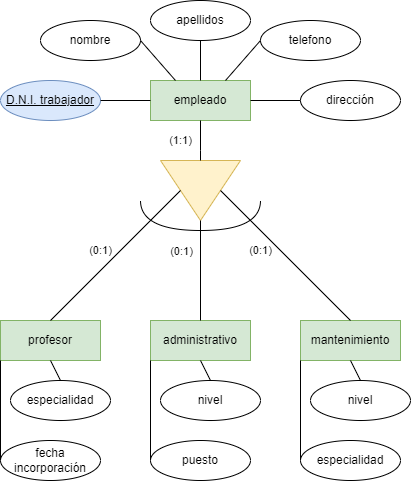
The draw.io diagram Tareas/Tema 2/Tarea 7/img/Ejercicio7-Paso 4.drawio.png in JCarlosAR032/base-de-datos, before a commit. Source tidied: cells renumbered, new cells last; positions are measured from the earlier drawing's top-left corner, leaving out a move shared by most shapes. The source it was exported from:
```xml
<mxGraphModel>
  <root>
    <mxCell id="0" />
    <mxCell id="1" parent="0" />
    <mxCell id="2" value="empleado" style="whiteSpace=wrap;html=1;align=center;fillColor=#d5e8d4;strokeColor=#82b366;" parent="1" vertex="1">
      <mxGeometry x="150" y="80" width="100" height="40" as="geometry" />
    </mxCell>
    <mxCell id="3" value="administrativo" style="whiteSpace=wrap;html=1;align=center;fillColor=#d5e8d4;strokeColor=#82b366;" parent="1" vertex="1">
      <mxGeometry x="150" y="320" width="100" height="40" as="geometry" />
    </mxCell>
    <mxCell id="4" value="profesor" style="whiteSpace=wrap;html=1;align=center;fillColor=#d5e8d4;strokeColor=#82b366;" parent="1" vertex="1">
      <mxGeometry y="320" width="100" height="40" as="geometry" />
    </mxCell>
    <mxCell id="5" value="mantenimiento" style="whiteSpace=wrap;html=1;align=center;fillColor=#d5e8d4;strokeColor=#82b366;" parent="1" vertex="1">
      <mxGeometry x="300" y="320" width="100" height="40" as="geometry" />
    </mxCell>
    <mxCell id="6" style="triangle;whiteSpace=wrap;html=1;rotation=90;fillColor=#fff2cc;strokeColor=#d6b656;" parent="1" vertex="1">
      <mxGeometry x="170" y="150" width="60" height="80" as="geometry" />
    </mxCell>
    <mxCell id="7" style="endArrow=none;html=1;rounded=0;entryX=0.5;entryY=1;entryDx=0;entryDy=0;exitX=0.5;exitY=0;exitDx=0;exitDy=0;" parent="1" edge="1" source="4" target="6">
      <mxGeometry relative="1" as="geometry" />
    </mxCell>
    <mxCell id="8" value="(0:1)" style="edgeLabel;html=1;align=center;verticalAlign=middle;" parent="7" vertex="1">
      <mxGeometry x="-0.16" y="1" relative="1" as="geometry">
        <mxPoint x="-4" y="-15" as="offset" />
      </mxGeometry>
    </mxCell>
    <mxCell id="9" style="endArrow=none;html=1;rounded=0;exitX=0.5;exitY=0;exitDx=0;exitDy=0;entryX=0.5;entryY=0;entryDx=0;entryDy=0;" parent="1" edge="1" source="6" target="5">
      <mxGeometry relative="1" as="geometry" />
    </mxCell>
    <mxCell id="10" value="(0:1)" style="edgeLabel;html=1;align=center;verticalAlign=middle;" parent="9" vertex="1">
      <mxGeometry x="-0.35" relative="1" as="geometry">
        <mxPoint x="-2" y="18" as="offset" />
      </mxGeometry>
    </mxCell>
    <mxCell id="11" style="endArrow=none;html=1;rounded=0;exitX=0.5;exitY=0;exitDx=0;exitDy=0;entryX=1;entryY=0.5;entryDx=0;entryDy=0;" parent="1" edge="1" source="3" target="6">
      <mxGeometry relative="1" as="geometry" />
    </mxCell>
    <mxCell id="12" value="(0:1)" style="edgeLabel;html=1;align=center;verticalAlign=middle;" parent="11" vertex="1">
      <mxGeometry x="0.38" y="-1" relative="1" as="geometry">
        <mxPoint x="-21" y="-1" as="offset" />
      </mxGeometry>
    </mxCell>
    <mxCell id="13" value="(1:1)" style="endArrow=none;html=1;rounded=0;exitX=0.5;exitY=1;exitDx=0;exitDy=0;entryX=0;entryY=0.5;entryDx=0;entryDy=0;" parent="1" edge="1" source="2" target="6">
      <mxGeometry y="-20" relative="1" as="geometry">
        <Array as="points">
          <mxPoint x="200" y="150" />
        </Array>
      </mxGeometry>
    </mxCell>
    <mxCell id="14" style="endArrow=none;html=1;rounded=0;edgeStyle=orthogonalEdgeStyle;curved=1;" parent="1" edge="1">
      <mxGeometry relative="1" as="geometry">
        <mxPoint x="140" y="200" as="sourcePoint" />
        <mxPoint x="260" y="200" as="targetPoint" />
        <Array as="points">
          <mxPoint x="140" y="230" />
          <mxPoint x="260" y="230" />
        </Array>
      </mxGeometry>
    </mxCell>
    <mxCell id="15" value="D.N.I. trabajador" style="ellipse;whiteSpace=wrap;html=1;align=center;fontStyle=4;fillColor=#dae8fc;strokeColor=#6c8ebf;" parent="1" vertex="1">
      <mxGeometry y="80" width="100" height="40" as="geometry" />
    </mxCell>
    <mxCell id="16" value="nombre" style="ellipse;whiteSpace=wrap;html=1;align=center;" parent="1" vertex="1">
      <mxGeometry x="40" y="20" width="100" height="40" as="geometry" />
    </mxCell>
    <mxCell id="17" value="apellidos" style="ellipse;whiteSpace=wrap;html=1;align=center;" parent="1" vertex="1">
      <mxGeometry x="150" width="100" height="40" as="geometry" />
    </mxCell>
    <mxCell id="18" value="telefono" style="ellipse;whiteSpace=wrap;html=1;align=center;" parent="1" vertex="1">
      <mxGeometry x="260" y="20" width="100" height="40" as="geometry" />
    </mxCell>
    <mxCell id="19" value="nivel" style="ellipse;whiteSpace=wrap;html=1;align=center;" parent="1" vertex="1">
      <mxGeometry x="310" y="380" width="100" height="40" as="geometry" />
    </mxCell>
    <mxCell id="20" value="especialidad" style="ellipse;whiteSpace=wrap;html=1;align=center;" parent="1" vertex="1">
      <mxGeometry x="300" y="440" width="100" height="40" as="geometry" />
    </mxCell>
    <mxCell id="21" value="dirección" style="ellipse;whiteSpace=wrap;html=1;align=center;" parent="1" vertex="1">
      <mxGeometry x="300" y="80" width="100" height="40" as="geometry" />
    </mxCell>
    <mxCell id="22" value="nivel" style="ellipse;whiteSpace=wrap;html=1;align=center;" parent="1" vertex="1">
      <mxGeometry x="160" y="380" width="100" height="40" as="geometry" />
    </mxCell>
    <mxCell id="23" value="puesto" style="ellipse;whiteSpace=wrap;html=1;align=center;" parent="1" vertex="1">
      <mxGeometry x="150" y="440" width="100" height="40" as="geometry" />
    </mxCell>
    <mxCell id="24" value="especialidad" style="ellipse;whiteSpace=wrap;html=1;align=center;" parent="1" vertex="1">
      <mxGeometry x="10" y="380" width="100" height="40" as="geometry" />
    </mxCell>
    <mxCell id="25" value="fecha incorporación" style="ellipse;whiteSpace=wrap;html=1;align=center;" parent="1" vertex="1">
      <mxGeometry y="440" width="100" height="40" as="geometry" />
    </mxCell>
    <mxCell id="26" style="endArrow=none;html=1;rounded=0;curved=1;exitX=0;exitY=0.5;exitDx=0;exitDy=0;entryX=0;entryY=1;entryDx=0;entryDy=0;" parent="1" edge="1" source="25" target="4">
      <mxGeometry relative="1" as="geometry" />
    </mxCell>
    <mxCell id="27" style="endArrow=none;html=1;rounded=0;curved=1;entryX=0;entryY=0.5;entryDx=0;entryDy=0;exitX=0;exitY=1;exitDx=0;exitDy=0;" parent="1" edge="1" source="3" target="23">
      <mxGeometry relative="1" as="geometry" />
    </mxCell>
    <mxCell id="28" style="endArrow=none;html=1;rounded=0;curved=1;exitX=0;exitY=1;exitDx=0;exitDy=0;entryX=0;entryY=0.5;entryDx=0;entryDy=0;" parent="1" edge="1" source="5" target="20">
      <mxGeometry relative="1" as="geometry" />
    </mxCell>
    <mxCell id="29" style="endArrow=none;html=1;rounded=0;curved=1;exitX=0.5;exitY=1;exitDx=0;exitDy=0;entryX=0.5;entryY=0;entryDx=0;entryDy=0;" parent="1" edge="1" source="4" target="24">
      <mxGeometry relative="1" as="geometry" />
    </mxCell>
    <mxCell id="30" style="endArrow=none;html=1;rounded=0;curved=1;exitX=0.5;exitY=1;exitDx=0;exitDy=0;entryX=0.5;entryY=0;entryDx=0;entryDy=0;" parent="1" edge="1" source="3" target="22">
      <mxGeometry relative="1" as="geometry" />
    </mxCell>
    <mxCell id="31" style="endArrow=none;html=1;rounded=0;curved=1;exitX=0.5;exitY=1;exitDx=0;exitDy=0;entryX=0.5;entryY=0;entryDx=0;entryDy=0;" parent="1" edge="1" source="5" target="19">
      <mxGeometry relative="1" as="geometry" />
    </mxCell>
    <mxCell id="32" style="endArrow=none;html=1;rounded=0;curved=1;entryX=1;entryY=0.5;entryDx=0;entryDy=0;exitX=0;exitY=0.5;exitDx=0;exitDy=0;" parent="1" edge="1" source="2" target="15">
      <mxGeometry relative="1" as="geometry" />
    </mxCell>
    <mxCell id="33" style="endArrow=none;html=1;rounded=0;curved=1;exitX=1;exitY=0.5;exitDx=0;exitDy=0;entryX=0.25;entryY=0;entryDx=0;entryDy=0;" parent="1" edge="1" source="16" target="2">
      <mxGeometry relative="1" as="geometry" />
    </mxCell>
    <mxCell id="34" style="endArrow=none;html=1;rounded=0;curved=1;entryX=0;entryY=0.5;entryDx=0;entryDy=0;exitX=0.75;exitY=0;exitDx=0;exitDy=0;" parent="1" edge="1" source="2" target="18">
      <mxGeometry relative="1" as="geometry" />
    </mxCell>
    <mxCell id="35" style="endArrow=none;html=1;rounded=0;curved=1;exitX=0.5;exitY=1;exitDx=0;exitDy=0;entryX=0.5;entryY=0;entryDx=0;entryDy=0;" parent="1" edge="1" source="17" target="2">
      <mxGeometry relative="1" as="geometry" />
    </mxCell>
    <mxCell id="36" style="endArrow=none;html=1;rounded=0;curved=1;exitX=1;exitY=0.5;exitDx=0;exitDy=0;entryX=0;entryY=0.5;entryDx=0;entryDy=0;" parent="1" edge="1" source="2" target="21">
      <mxGeometry relative="1" as="geometry" />
    </mxCell>
  </root>
</mxGraphModel>
```
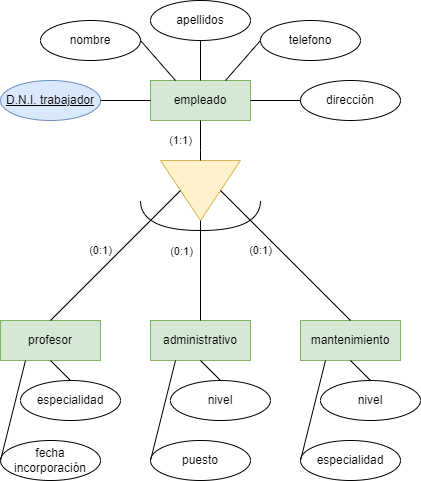
Above is the later version.

What changed in the source:
```diff
@@ -71,7 +71,7 @@
       <mxGeometry x="260" y="20" width="100" height="40" as="geometry" />
     </mxCell>
     <mxCell id="19" value="nivel" style="ellipse;whiteSpace=wrap;html=1;align=center;" parent="1" vertex="1">
-      <mxGeometry x="310" y="380" width="100" height="40" as="geometry" />
+      <mxGeometry x="320" y="380" width="100" height="40" as="geometry" />
     </mxCell>
     <mxCell id="20" value="especialidad" style="ellipse;whiteSpace=wrap;html=1;align=center;" parent="1" vertex="1">
       <mxGeometry x="300" y="440" width="100" height="40" as="geometry" />
@@ -80,24 +80,24 @@
       <mxGeometry x="300" y="80" width="100" height="40" as="geometry" />
     </mxCell>
     <mxCell id="22" value="nivel" style="ellipse;whiteSpace=wrap;html=1;align=center;" parent="1" vertex="1">
-      <mxGeometry x="160" y="380" width="100" height="40" as="geometry" />
+      <mxGeometry x="170" y="380" width="100" height="40" as="geometry" />
     </mxCell>
     <mxCell id="23" value="puesto" style="ellipse;whiteSpace=wrap;html=1;align=center;" parent="1" vertex="1">
       <mxGeometry x="150" y="440" width="100" height="40" as="geometry" />
     </mxCell>
     <mxCell id="24" value="especialidad" style="ellipse;whiteSpace=wrap;html=1;align=center;" parent="1" vertex="1">
-      <mxGeometry x="10" y="380" width="100" height="40" as="geometry" />
+      <mxGeometry x="20" y="380" width="100" height="40" as="geometry" />
     </mxCell>
     <mxCell id="25" value="fecha incorporación" style="ellipse;whiteSpace=wrap;html=1;align=center;" parent="1" vertex="1">
       <mxGeometry y="440" width="100" height="40" as="geometry" />
     </mxCell>
-    <mxCell id="26" style="endArrow=none;html=1;rounded=0;curved=1;exitX=0;exitY=0.5;exitDx=0;exitDy=0;entryX=0;entryY=1;entryDx=0;entryDy=0;" parent="1" edge="1" source="25" target="4">
+    <mxCell id="26" style="endArrow=none;html=1;rounded=0;curved=1;exitX=0;exitY=0.5;exitDx=0;exitDy=0;entryX=0.25;entryY=1;entryDx=0;entryDy=0;" parent="1" edge="1" source="25" target="4">
       <mxGeometry relative="1" as="geometry" />
     </mxCell>
-    <mxCell id="27" style="endArrow=none;html=1;rounded=0;curved=1;entryX=0;entryY=0.5;entryDx=0;entryDy=0;exitX=0;exitY=1;exitDx=0;exitDy=0;" parent="1" edge="1" source="3" target="23">
+    <mxCell id="27" style="endArrow=none;html=1;rounded=0;curved=1;entryX=0;entryY=0.5;entryDx=0;entryDy=0;exitX=0.25;exitY=1;exitDx=0;exitDy=0;" parent="1" edge="1" source="3" target="23">
       <mxGeometry relative="1" as="geometry" />
     </mxCell>
-    <mxCell id="28" style="endArrow=none;html=1;rounded=0;curved=1;exitX=0;exitY=1;exitDx=0;exitDy=0;entryX=0;entryY=0.5;entryDx=0;entryDy=0;" parent="1" edge="1" source="5" target="20">
+    <mxCell id="28" style="endArrow=none;html=1;rounded=0;curved=1;exitX=0.25;exitY=1;exitDx=0;exitDy=0;entryX=0;entryY=0.5;entryDx=0;entryDy=0;" parent="1" edge="1" source="5" target="20">
       <mxGeometry relative="1" as="geometry" />
     </mxCell>
     <mxCell id="29" style="endArrow=none;html=1;rounded=0;curved=1;exitX=0.5;exitY=1;exitDx=0;exitDy=0;entryX=0.5;entryY=0;entryDx=0;entryDy=0;" parent="1" edge="1" source="4" target="24">
```
